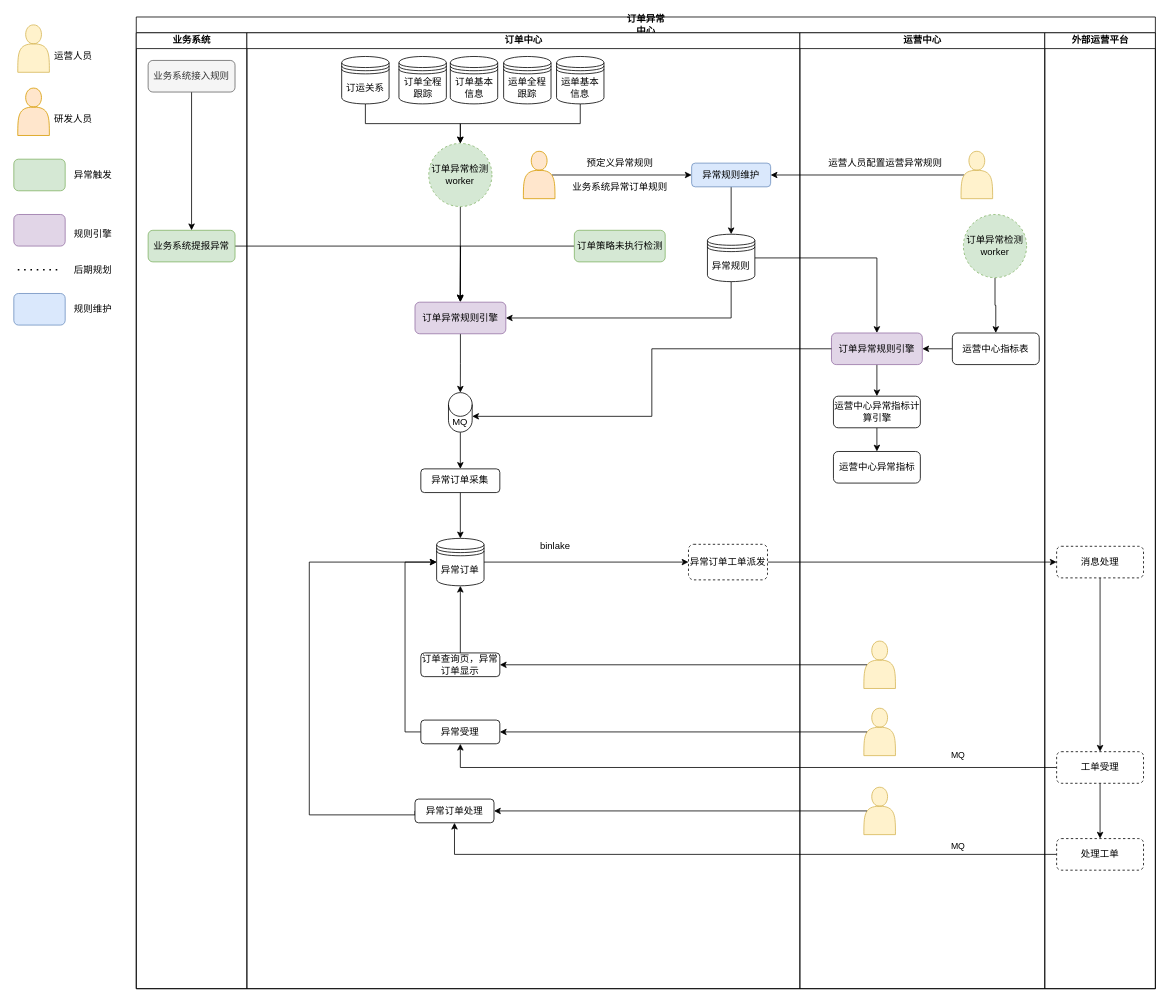
lixintao03/lixintao.github.io keeps this draw.io diagram as page "订单异常中心" (35 of 36) of Untitled Diagram.drawio. Above is the earlier version. Source tidied: cells renumbered, new cells numbered last; positions are measured from the earlier drawing's top-left corner, leaving out a move shared by most shapes. Both pictures are drawn from the tidied source at 79%, with x=0, y=0 at pixel (13, 17).
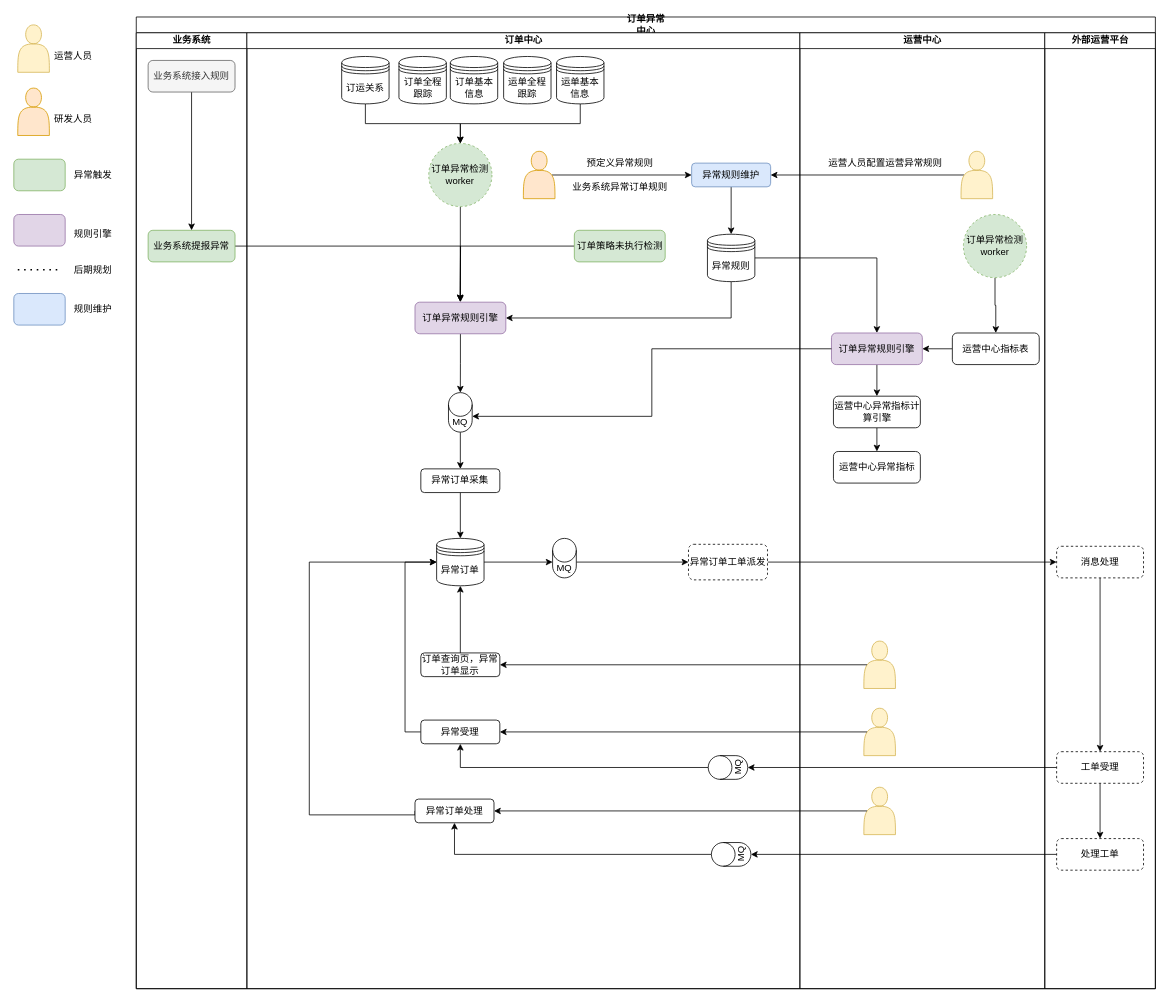
Above is the later version.

Unchanged cells that the change refers to:
```xml
<mxCell id="2" value="订单异常&lt;br&gt;中心" style="swimlane;startSize=20;html=1;" parent="1" vertex="1">
  <mxGeometry x="155" width="1290" height="1230" as="geometry" />
</mxCell>
<mxCell id="12" value="订单中心" style="swimlane;startSize=20;html=1;" parent="2" vertex="1">
  <mxGeometry x="140" y="20" width="700" height="1210" as="geometry" />
</mxCell>
<mxCell id="18" value="&lt;font style=&quot;font-size: 12px;&quot;&gt;异常订单&lt;/font&gt;" style="shape=datastore;whiteSpace=wrap;html=1;" parent="12" vertex="1">
  <mxGeometry x="240.2" y="640" width="60" height="60" as="geometry" />
</mxCell>
<mxCell id="26" value="异常订单处理" style="rounded=1;whiteSpace=wrap;html=1;" parent="12" vertex="1">
  <mxGeometry x="212.8" y="970" width="100" height="30" as="geometry" />
</mxCell>
<mxCell id="27" value="异常订单工单派发" style="rounded=1;whiteSpace=wrap;html=1;dashed=1;" parent="12" vertex="1">
  <mxGeometry x="559" y="647.5" width="100" height="45" as="geometry" />
</mxCell>
<mxCell id="29" value="异常受理" style="rounded=1;whiteSpace=wrap;html=1;" parent="12" vertex="1">
  <mxGeometry x="220.2" y="870" width="100" height="30" as="geometry" />
</mxCell>
<mxCell id="48" value="运营中心" style="swimlane;startSize=20;html=1;" parent="2" vertex="1">
  <mxGeometry x="840" y="20" width="310" height="1210" as="geometry" />
</mxCell>
<mxCell id="67" value="工单受理" style="rounded=1;whiteSpace=wrap;html=1;dashed=1;" parent="65" vertex="1">
  <mxGeometry x="15" y="910" width="110" height="40" as="geometry" />
</mxCell>
<mxCell id="68" value="处理工单" style="rounded=1;whiteSpace=wrap;html=1;dashed=1;" parent="65" vertex="1">
  <mxGeometry x="15" y="1020" width="110" height="40" as="geometry" />
</mxCell>
```

The edit, as a diff of the source:
```diff
@@
-    <mxCell id="8" style="edgeStyle=orthogonalEdgeStyle;rounded=0;jettySize=auto;html=1;exitX=0;exitY=0.5;exitDx=0;exitDy=0;entryX=0.5;entryY=1;entryDx=0;entryDy=0;fontSize=11;" parent="2" edge="1" source="68" target="26">
-      <mxGeometry relative="1" as="geometry">
-        <Array as="points">
-          <mxPoint x="403" y="1060" />
-        </Array>
-      </mxGeometry>
-    </mxCell>
@@
-    <mxCell id="10" style="edgeStyle=orthogonalEdgeStyle;rounded=0;jettySize=auto;html=1;exitX=0;exitY=0.5;exitDx=0;exitDy=0;entryX=0.5;entryY=1;entryDx=0;entryDy=0;fontSize=11;" parent="2" edge="1" source="67" target="29">
-      <mxGeometry relative="1" as="geometry">
-        <Array as="points">
-          <mxPoint x="410" y="950" />
-        </Array>
-      </mxGeometry>
-    </mxCell>
@@
-    <mxCell id="17" style="edgeStyle=orthogonalEdgeStyle;rounded=0;jettySize=auto;html=1;exitX=1;exitY=0.5;exitDx=0;exitDy=0;entryX=0;entryY=0.5;entryDx=0;entryDy=0;fontSize=11;" parent="12" edge="1" source="18" target="27">
+    <mxCell id="17" style="edgeStyle=orthogonalEdgeStyle;rounded=0;jettySize=auto;html=1;exitX=1;exitY=0.5;exitDx=0;exitDy=0;entryX=0;entryY=0;entryDx=0;entryDy=30;fontSize=11;entryPerimeter=0;" parent="12" edge="1" source="18" target="89">
       <mxGeometry relative="1" as="geometry" />
     </mxCell>
@@
+    <mxCell id="88" style="edgeStyle=orthogonalEdgeStyle;rounded=0;jettySize=auto;html=1;exitX=1;exitY=0;exitDx=0;exitDy=30;exitPerimeter=0;entryX=0;entryY=0.5;entryDx=0;entryDy=0;" parent="12" edge="1" source="89" target="27">
+      <mxGeometry relative="1" as="geometry" />
+    </mxCell>
+    <mxCell id="89" value="MQ" style="shape=cylinder3;whiteSpace=wrap;html=1;boundedLbl=1;backgroundOutline=1;size=15;rotation=0;" parent="12" vertex="1">
+      <mxGeometry x="387" y="640" width="30" height="50" as="geometry" />
+    </mxCell>
+    <mxCell id="90" style="edgeStyle=orthogonalEdgeStyle;rounded=0;jettySize=auto;html=1;exitX=0.5;exitY=0;exitDx=0;exitDy=0;exitPerimeter=0;entryX=0.5;entryY=1;entryDx=0;entryDy=0;" parent="12" edge="1" source="91" target="29">
+      <mxGeometry relative="1" as="geometry" />
+    </mxCell>
+    <mxCell id="91" value="MQ" style="shape=cylinder3;whiteSpace=wrap;html=1;boundedLbl=1;backgroundOutline=1;size=15;rotation=-90;" parent="12" vertex="1">
+      <mxGeometry x="594" y="905" width="30" height="50" as="geometry" />
+    </mxCell>
+    <mxCell id="92" style="edgeStyle=orthogonalEdgeStyle;rounded=0;jettySize=auto;html=1;exitX=0.5;exitY=0;exitDx=0;exitDy=0;exitPerimeter=0;entryX=0.5;entryY=1;entryDx=0;entryDy=0;" parent="12" edge="1" source="93" target="26">
+      <mxGeometry relative="1" as="geometry" />
+    </mxCell>
+    <mxCell id="93" value="MQ" style="shape=cylinder3;whiteSpace=wrap;html=1;boundedLbl=1;backgroundOutline=1;size=15;rotation=-90;" parent="12" vertex="1">
+      <mxGeometry x="598" y="1015" width="30" height="50" as="geometry" />
+    </mxCell>
@@
-    <mxCell id="58" value="MQ" style="text;html=1;align=center;verticalAlign=middle;strokeColor=none;fillColor=none;fontSize=11;" parent="48" vertex="1">
-      <mxGeometry x="180" y="1015" width="40" height="30" as="geometry" />
-    </mxCell>
-    <mxCell id="59" value="MQ" style="text;html=1;align=center;verticalAlign=middle;strokeColor=none;fillColor=none;fontSize=11;" parent="48" vertex="1">
-      <mxGeometry x="180" y="900" width="40" height="30" as="geometry" />
-    </mxCell>
@@
-    <mxCell id="75" value="binlake" style="text;html=1;align=center;verticalAlign=middle;strokeColor=none;fillColor=none;" parent="1" vertex="1">
-      <mxGeometry x="655" y="655" width="60" height="30" as="geometry" />
-    </mxCell>
+    <mxCell id="94" style="edgeStyle=orthogonalEdgeStyle;rounded=0;jettySize=auto;html=1;exitX=0;exitY=0.5;exitDx=0;exitDy=0;entryX=0.5;entryY=1;entryDx=0;entryDy=0;entryPerimeter=0;" parent="2" edge="1" source="67" target="91">
+      <mxGeometry relative="1" as="geometry" />
+    </mxCell>
+    <mxCell id="95" style="edgeStyle=orthogonalEdgeStyle;rounded=0;jettySize=auto;html=1;exitX=0;exitY=0.5;exitDx=0;exitDy=0;entryX=0.5;entryY=1;entryDx=0;entryDy=0;entryPerimeter=0;" parent="2" edge="1" source="68" target="93">
+      <mxGeometry relative="1" as="geometry" />
+    </mxCell>
```
